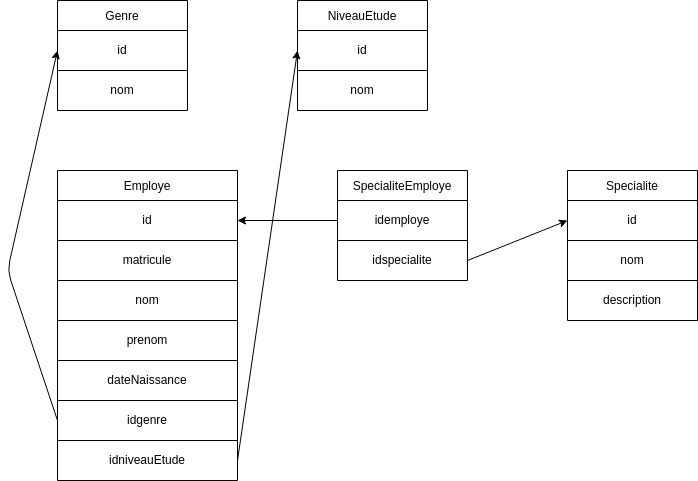
The draw.io diagram conception/pdf/database.png in AroFifa/Garage-S3_S5, before a commit. Source tidied: cells renumbered, new cells last; positions are measured from the earlier drawing's top-left corner, leaving out a move shared by most shapes. Source of this version:
```xml
<mxGraphModel background="#FFFFFF">
  <root>
    <mxCell id="0" />
    <mxCell id="1" parent="0" />
    <mxCell id="2" value="Genre" style="shape=table;startSize=30;" parent="1" vertex="1">
      <mxGeometry x="50" width="130" height="110" as="geometry" />
    </mxCell>
    <mxCell id="3" style="shape=partialRectangle;fillColor=none;top=0;left=0;bottom=0;right=0;points=[[0,0.5],[1,0.5]];portConstraint=eastwest;" parent="2" vertex="1">
      <mxGeometry y="30" width="130" height="40" as="geometry" />
    </mxCell>
    <mxCell id="4" value="id" style="shape=partialRectangle;html=1;whiteSpace=wrap;overflow=hidden;fillColor=none;top=0;left=0;bottom=0;right=0;" parent="3" vertex="1">
      <mxGeometry width="130" height="40" as="geometry" />
    </mxCell>
    <mxCell id="5" style="shape=partialRectangle;fillColor=none;top=0;left=0;bottom=0;right=0;" parent="2" vertex="1">
      <mxGeometry y="70" width="130" height="40" as="geometry" />
    </mxCell>
    <mxCell id="6" value="nom" style="shape=partialRectangle;html=1;whiteSpace=wrap;overflow=hidden;fillColor=none;top=0;left=0;bottom=0;right=0;" parent="5" vertex="1">
      <mxGeometry width="130" height="40" as="geometry" />
    </mxCell>
    <mxCell id="7" value="NiveauEtude" style="shape=table;startSize=30;" parent="1" vertex="1">
      <mxGeometry x="290" width="130" height="110" as="geometry" />
    </mxCell>
    <mxCell id="8" style="shape=partialRectangle;fillColor=none;top=0;left=0;bottom=0;right=0;points=[[0,0.5],[1,0.5]];portConstraint=eastwest;" parent="7" vertex="1">
      <mxGeometry y="30" width="130" height="40" as="geometry" />
    </mxCell>
    <mxCell id="9" value="id" style="shape=partialRectangle;html=1;whiteSpace=wrap;overflow=hidden;fillColor=none;top=0;left=0;bottom=0;right=0;" parent="8" vertex="1">
      <mxGeometry width="130" height="40" as="geometry" />
    </mxCell>
    <mxCell id="10" style="shape=partialRectangle;fillColor=none;top=0;left=0;bottom=0;right=0;" parent="7" vertex="1">
      <mxGeometry y="70" width="130" height="40" as="geometry" />
    </mxCell>
    <mxCell id="11" value="nom" style="shape=partialRectangle;html=1;whiteSpace=wrap;overflow=hidden;fillColor=none;top=0;left=0;bottom=0;right=0;" parent="10" vertex="1">
      <mxGeometry width="130" height="40" as="geometry" />
    </mxCell>
    <mxCell id="12" value="Employe" style="shape=table;startSize=30;" parent="1" vertex="1">
      <mxGeometry x="50" y="170" width="180" height="310" as="geometry" />
    </mxCell>
    <mxCell id="13" style="shape=partialRectangle;fillColor=none;top=0;left=0;bottom=0;right=0;points=[[0,0.5],[1,0.5]];portConstraint=eastwest;" parent="12" vertex="1">
      <mxGeometry y="30" width="180" height="40" as="geometry" />
    </mxCell>
    <mxCell id="14" value="id" style="shape=partialRectangle;html=1;whiteSpace=wrap;overflow=hidden;fillColor=none;top=0;left=0;bottom=0;right=0;" parent="13" vertex="1">
      <mxGeometry width="180" height="40" as="geometry" />
    </mxCell>
    <mxCell id="15" style="shape=partialRectangle;fillColor=none;top=0;left=0;bottom=0;right=0;" parent="12" vertex="1">
      <mxGeometry y="70" width="180" height="40" as="geometry" />
    </mxCell>
    <mxCell id="16" value="matricule" style="shape=partialRectangle;html=1;whiteSpace=wrap;overflow=hidden;fillColor=none;top=0;left=0;bottom=0;right=0;" parent="15" vertex="1">
      <mxGeometry width="180" height="40" as="geometry" />
    </mxCell>
    <mxCell id="17" style="shape=partialRectangle;fillColor=none;top=0;left=0;bottom=0;right=0;" parent="12" vertex="1">
      <mxGeometry y="110" width="180" height="40" as="geometry" />
    </mxCell>
    <mxCell id="18" value="nom" style="shape=partialRectangle;html=1;whiteSpace=wrap;overflow=hidden;fillColor=none;top=0;left=0;bottom=0;right=0;" parent="17" vertex="1">
      <mxGeometry width="180" height="40" as="geometry" />
    </mxCell>
    <mxCell id="19" style="shape=partialRectangle;fillColor=none;top=0;left=0;bottom=0;right=0;" parent="12" vertex="1">
      <mxGeometry y="150" width="180" height="40" as="geometry" />
    </mxCell>
    <mxCell id="20" value="prenom" style="shape=partialRectangle;html=1;whiteSpace=wrap;overflow=hidden;fillColor=none;top=0;left=0;bottom=0;right=0;" parent="19" vertex="1">
      <mxGeometry width="180" height="40" as="geometry" />
    </mxCell>
    <mxCell id="21" style="shape=partialRectangle;fillColor=none;top=0;left=0;bottom=0;right=0;" parent="12" vertex="1">
      <mxGeometry y="190" width="180" height="40" as="geometry" />
    </mxCell>
    <mxCell id="22" value="dateNaissance" style="shape=partialRectangle;html=1;whiteSpace=wrap;overflow=hidden;fillColor=none;top=0;left=0;bottom=0;right=0;" parent="21" vertex="1">
      <mxGeometry width="180" height="40" as="geometry" />
    </mxCell>
    <mxCell id="23" style="shape=partialRectangle;fillColor=none;top=0;left=0;bottom=0;right=0;points=[[0,0.5],[1,0.5]];portConstraint=eastwest;" parent="12" vertex="1">
      <mxGeometry y="230" width="180" height="40" as="geometry" />
    </mxCell>
    <mxCell id="24" value="idgenre" style="shape=partialRectangle;html=1;whiteSpace=wrap;overflow=hidden;fillColor=none;top=0;left=0;bottom=0;right=0;" parent="23" vertex="1">
      <mxGeometry width="180" height="40" as="geometry" />
    </mxCell>
    <mxCell id="25" style="shape=partialRectangle;fillColor=none;top=0;left=0;bottom=0;right=0;points=[[0,0.5],[1,0.5]];portConstraint=eastwest;" parent="12" vertex="1">
      <mxGeometry y="270" width="180" height="40" as="geometry" />
    </mxCell>
    <mxCell id="26" value="idniveauEtude" style="shape=partialRectangle;html=1;whiteSpace=wrap;overflow=hidden;fillColor=none;top=0;left=0;bottom=0;right=0;" parent="25" vertex="1">
      <mxGeometry width="180" height="40" as="geometry" />
    </mxCell>
    <mxCell id="27" value="Specialite" style="shape=table;startSize=30;" parent="1" vertex="1">
      <mxGeometry x="560" y="170" width="130" height="150" as="geometry" />
    </mxCell>
    <mxCell id="28" style="shape=partialRectangle;fillColor=none;top=0;left=0;bottom=0;right=0;points=[[0,0.5],[1,0.5]];portConstraint=eastwest;" parent="27" vertex="1">
      <mxGeometry y="30" width="130" height="40" as="geometry" />
    </mxCell>
    <mxCell id="29" value="id" style="shape=partialRectangle;html=1;whiteSpace=wrap;overflow=hidden;fillColor=none;top=0;left=0;bottom=0;right=0;" parent="28" vertex="1">
      <mxGeometry width="130" height="40" as="geometry" />
    </mxCell>
    <mxCell id="30" style="shape=partialRectangle;fillColor=none;top=0;left=0;bottom=0;right=0;" parent="27" vertex="1">
      <mxGeometry y="70" width="130" height="40" as="geometry" />
    </mxCell>
    <mxCell id="31" value="nom" style="shape=partialRectangle;html=1;whiteSpace=wrap;overflow=hidden;fillColor=none;top=0;left=0;bottom=0;right=0;" parent="30" vertex="1">
      <mxGeometry width="130" height="40" as="geometry" />
    </mxCell>
    <mxCell id="32" style="shape=partialRectangle;fillColor=none;top=0;left=0;bottom=0;right=0;" parent="27" vertex="1">
      <mxGeometry y="110" width="130" height="40" as="geometry" />
    </mxCell>
    <mxCell id="33" value="description" style="shape=partialRectangle;html=1;whiteSpace=wrap;overflow=hidden;fillColor=none;top=0;left=0;bottom=0;right=0;" parent="32" vertex="1">
      <mxGeometry width="130" height="40" as="geometry" />
    </mxCell>
    <mxCell id="34" value="SpecialiteEmploye" style="shape=table;startSize=30;" parent="1" vertex="1">
      <mxGeometry x="330" y="170" width="130" height="110" as="geometry" />
    </mxCell>
    <mxCell id="35" style="shape=partialRectangle;fillColor=none;top=0;left=0;bottom=0;right=0;points=[[0,0.5],[1,0.5]];portConstraint=eastwest;" parent="34" vertex="1">
      <mxGeometry y="30" width="130" height="40" as="geometry" />
    </mxCell>
    <mxCell id="36" value="idemploye" style="shape=partialRectangle;html=1;whiteSpace=wrap;overflow=hidden;fillColor=none;top=0;left=0;bottom=0;right=0;" parent="35" vertex="1">
      <mxGeometry width="130" height="40" as="geometry" />
    </mxCell>
    <mxCell id="37" style="shape=partialRectangle;fillColor=none;top=0;left=0;bottom=0;right=0;points=[[0,0.5],[1,0.5]];portConstraint=eastwest;" parent="34" vertex="1">
      <mxGeometry y="70" width="130" height="40" as="geometry" />
    </mxCell>
    <mxCell id="38" value="idspecialite" style="shape=partialRectangle;html=1;whiteSpace=wrap;overflow=hidden;fillColor=none;top=0;left=0;bottom=0;right=0;" parent="37" vertex="1">
      <mxGeometry width="130" height="40" as="geometry" />
    </mxCell>
    <mxCell id="39" style="edgeStyle=none;html=1;exitX=0;exitY=0.5;exitDx=0;exitDy=0;entryX=1;entryY=0.5;entryDx=0;entryDy=0;" parent="1" edge="1" source="35" target="13">
      <mxGeometry relative="1" as="geometry" />
    </mxCell>
    <mxCell id="40" style="edgeStyle=none;html=1;exitX=1;exitY=0.5;exitDx=0;exitDy=0;entryX=0;entryY=0.5;entryDx=0;entryDy=0;" parent="1" edge="1" source="25" target="8">
      <mxGeometry relative="1" as="geometry" />
    </mxCell>
    <mxCell id="41" style="edgeStyle=none;html=1;exitX=0;exitY=0.5;exitDx=0;exitDy=0;entryX=0;entryY=0.5;entryDx=0;entryDy=0;" parent="1" edge="1" source="23" target="3">
      <mxGeometry relative="1" as="geometry">
        <Array as="points">
          <mxPoint y="270" />
        </Array>
      </mxGeometry>
    </mxCell>
    <mxCell id="42" style="edgeStyle=none;html=1;exitX=1;exitY=0.5;exitDx=0;exitDy=0;entryX=0;entryY=0.5;entryDx=0;entryDy=0;" parent="1" edge="1" source="37" target="28">
      <mxGeometry relative="1" as="geometry" />
    </mxCell>
  </root>
</mxGraphModel>
```
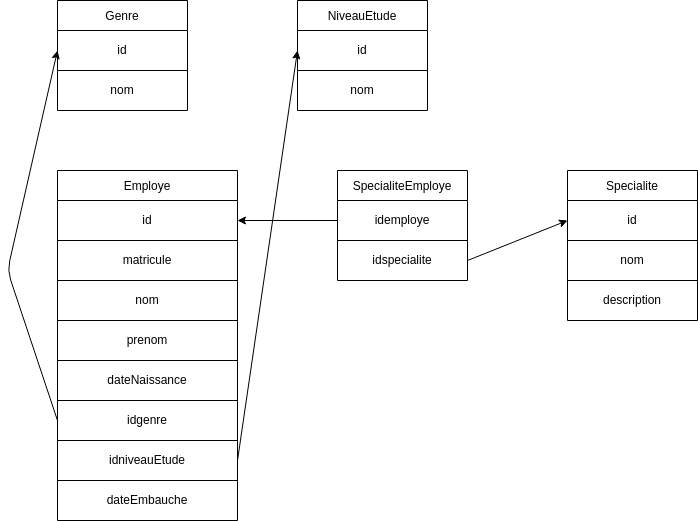
Later version of the same file.

What changed in the source:
```diff
@@ -1,4 +1,4 @@
-<mxGraphModel background="#FFFFFF">
+<mxGraphModel background="#ffffff">
   <root>
     <mxCell id="0" />
     <mxCell id="1" parent="0" />
@@ -33,7 +33,7 @@
       <mxGeometry width="130" height="40" as="geometry" />
     </mxCell>
     <mxCell id="12" value="Employe" style="shape=table;startSize=30;" parent="1" vertex="1">
-      <mxGeometry x="50" y="170" width="180" height="310" as="geometry" />
+      <mxGeometry x="50" y="170" width="180" height="350" as="geometry" />
     </mxCell>
     <mxCell id="13" style="shape=partialRectangle;fillColor=none;top=0;left=0;bottom=0;right=0;points=[[0,0.5],[1,0.5]];portConstraint=eastwest;" parent="12" vertex="1">
       <mxGeometry y="30" width="180" height="40" as="geometry" />
@@ -77,6 +77,12 @@
     <mxCell id="26" value="idniveauEtude" style="shape=partialRectangle;html=1;whiteSpace=wrap;overflow=hidden;fillColor=none;top=0;left=0;bottom=0;right=0;" parent="25" vertex="1">
       <mxGeometry width="180" height="40" as="geometry" />
     </mxCell>
+    <mxCell id="43" style="shape=partialRectangle;fillColor=none;top=0;left=0;bottom=0;right=0;" parent="12" vertex="1">
+      <mxGeometry y="310" width="180" height="40" as="geometry" />
+    </mxCell>
+    <mxCell id="44" value="dateEmbauche" style="shape=partialRectangle;html=1;whiteSpace=wrap;overflow=hidden;fillColor=none;top=0;left=0;bottom=0;right=0;" parent="43" vertex="1">
+      <mxGeometry width="180" height="40" as="geometry" />
+    </mxCell>
     <mxCell id="27" value="Specialite" style="shape=table;startSize=30;" parent="1" vertex="1">
       <mxGeometry x="560" y="170" width="130" height="150" as="geometry" />
     </mxCell>
```
